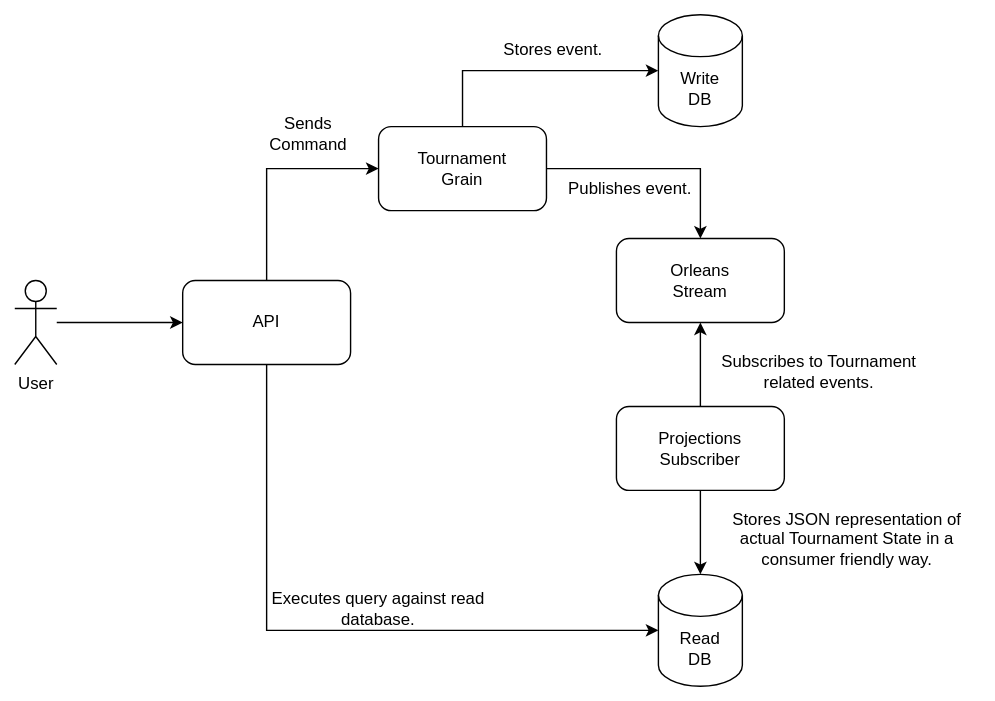
The draw.io diagram img/projections.svg in pmorelli92/Orleans.Tournament, before a commit. Source tidied: cells renumbered, new cells last; positions are measured from the earlier drawing's top-left corner, leaving out a move shared by most shapes.
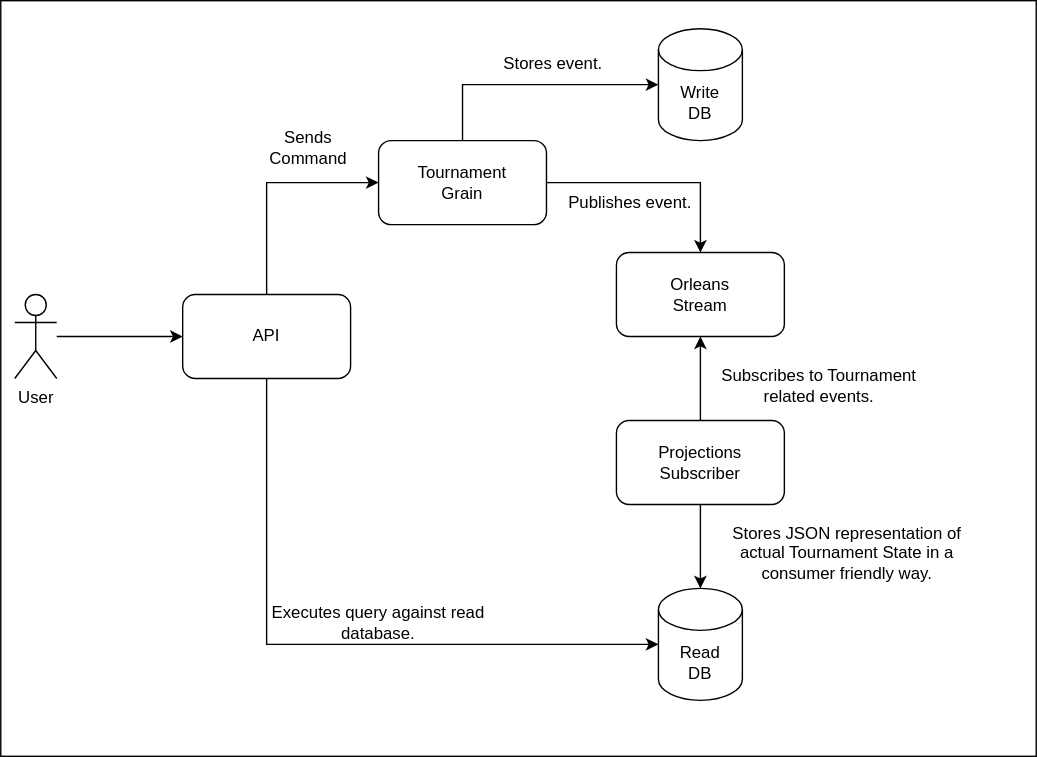
The same file after the commit.

Commit message:
upd img

What changed in the source:
```diff
@@ -2,6 +2,9 @@
   <root>
     <mxCell id="0" />
     <mxCell id="1" parent="0" />
+    <mxCell id="22" style="rounded=0;whiteSpace=wrap;html=1;" parent="1" vertex="1">
+      <mxGeometry x="-10" y="-20" width="740" height="540" as="geometry" />
+    </mxCell>
     <mxCell id="2" style="edgeStyle=orthogonalEdgeStyle;rounded=0;jettySize=auto;html=1;exitX=1;exitY=0.5;exitDx=0;exitDy=0;" parent="1" edge="1" source="4" target="5">
       <mxGeometry relative="1" as="geometry" />
     </mxCell>
```
